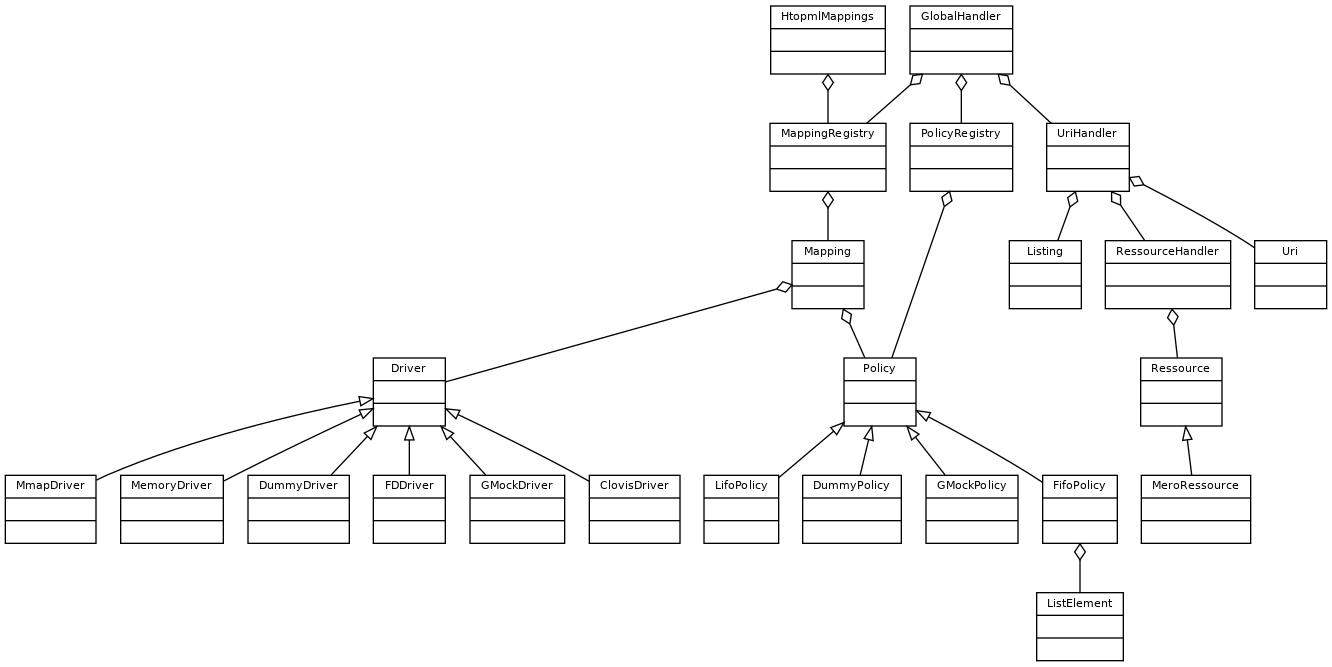
The Graphviz diagram doc/images/uml.png in FR-GRE-BDS-HPC-SW-SAGE2-GMA/ummap-io-v2, before a commit. Its source is kept beside it as doc/images/uml.dot.
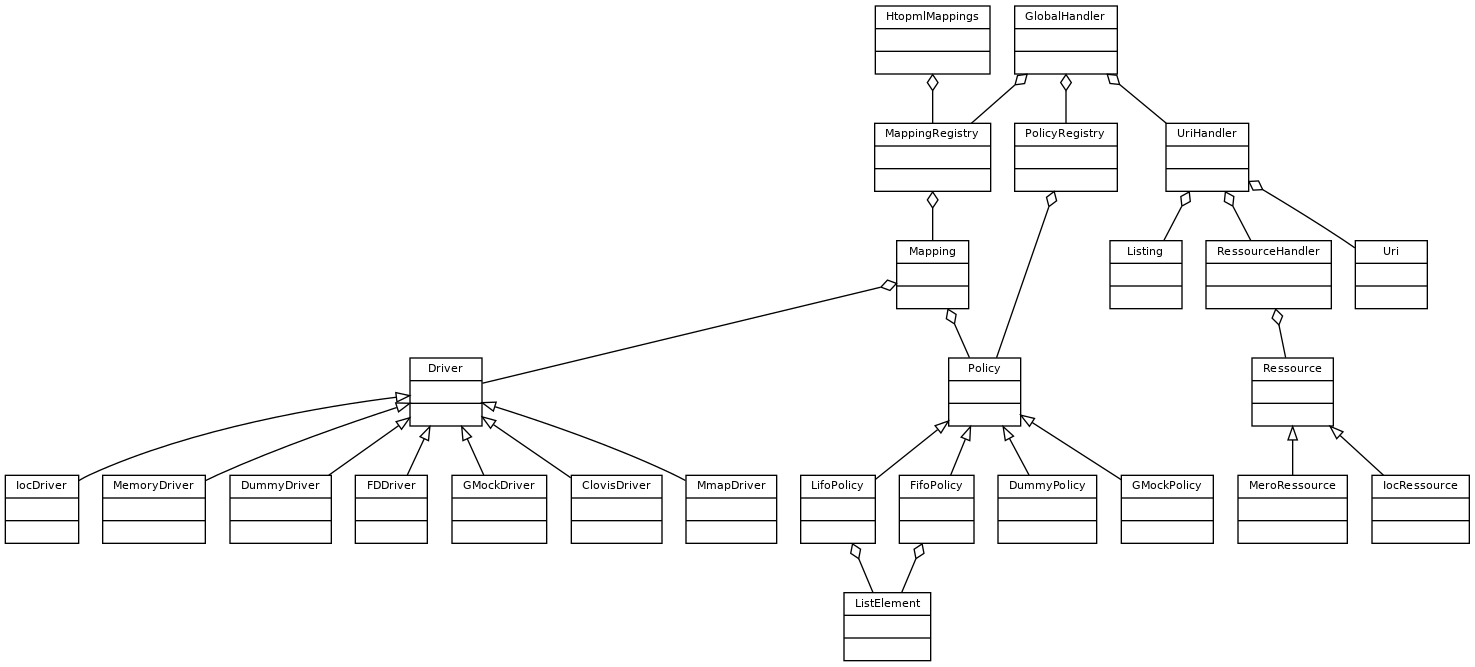
The same file after the commit.

Commit message:
[doc] Add IOC driver & ressource to the UML diagram

Diff of the diagram source:
```diff
@@ -66,6 +66,10 @@
 		label = "{MmapDriver|\l|\l}"
 	]
 
+	IocDriver [
+		label = "{IocDriver|\l|\l}"
+	]
+
 	MappingRegistry [
 		label = "{MappingRegistry|\l|\l}"
 	]
@@ -98,6 +102,10 @@
 		label = "{MeroRessource|\l|\l}"
 	]
 
+	IocRessource [
+		label = "{IocRessource|\l|\l}"
+	]
+
 	RessourceHandler [
 		label = "{RessourceHandler|\l|\l}"
 	]
@@ -119,13 +127,16 @@
 	Driver -> MemoryDriver
 	Driver -> GMockDriver
 	Driver -> ClovisDriver
+	Driver -> IocDriver
 	Driver -> MmapDriver
 	Ressource -> MeroRessource
+	Ressource -> IocRessource
 
 	Mapping -> Policy[arrowtail=odiamond]
 	Mapping -> Driver[arrowtail=odiamond]
 	MappingRegistry -> Mapping[arrowtail=odiamond]
 	FifoPolicy -> ListElement[arrowtail=odiamond]
+	LifoPolicy -> ListElement[arrowtail=odiamond]
 	GlobalHandler -> MappingRegistry[arrowtail=odiamond]
 	GlobalHandler -> PolicyRegistry[arrowtail=odiamond]
 	GlobalHandler -> UriHandler[arrowtail=odiamond]
```
